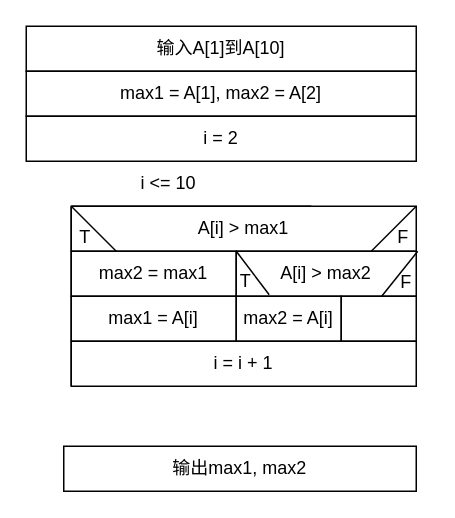
The draw.io diagram Test3_Box.drawio in yxy235/SE, before the edit. Source tidied: cells renumbered, new cells numbered last; positions are measured from the earlier drawing's top-left corner, leaving out a move shared by most shapes. Both pictures are drawn from the tidied source at 150%, with x=0, y=0 at pixel (26, 26).
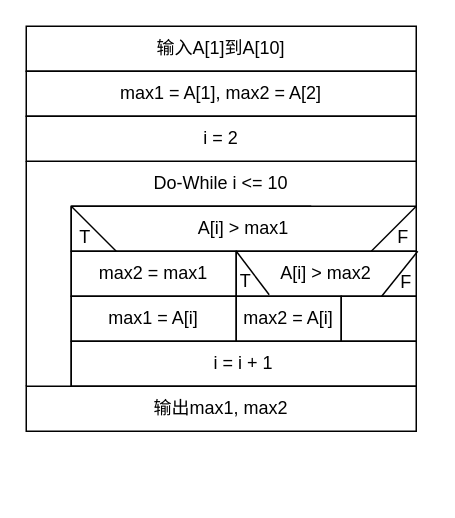
After the change.

The change refers to these unchanged cells:
```xml
<mxCell id="4" value="i = 2" style="rounded=0;whiteSpace=wrap;html=1;" parent="1" vertex="1">
  <mxGeometry y="60" width="260" height="30" as="geometry" />
</mxCell>
```

Diff of the diagram source:
```diff
@@
-    <mxCell id="7" value="i &amp;lt;= 10" style="text;html=1;strokeColor=none;fillColor=none;align=center;verticalAlign=middle;whiteSpace=wrap;rounded=0;" parent="1" vertex="1">
-      <mxGeometry x="65" y="90" width="60" height="30" as="geometry" />
+    <mxCell id="7" value="Do-While i &amp;lt;= 10" style="text;html=1;strokeColor=none;fillColor=none;align=center;verticalAlign=middle;whiteSpace=wrap;rounded=0;" parent="1" vertex="1">
+      <mxGeometry x="80" y="90" width="100" height="30" as="geometry" />
     </mxCell>
@@
     <mxCell id="23" value="输出max1, max2" style="rounded=0;whiteSpace=wrap;html=1;" parent="1" vertex="1">
-      <mxGeometry x="25" y="280" width="235" height="30" as="geometry" />
+      <mxGeometry y="240" width="260" height="30" as="geometry" />
     </mxCell>
+    <mxCell id="24" style="endArrow=none;html=1;rounded=0;entryX=0;entryY=1;entryDx=0;entryDy=0;" parent="1" edge="1" target="4">
+      <mxGeometry relative="1" as="geometry">
+        <mxPoint y="240" as="sourcePoint" />
+      </mxGeometry>
+    </mxCell>
+    <mxCell id="25" style="endArrow=none;html=1;rounded=0;entryX=1;entryY=1;entryDx=0;entryDy=0;" parent="1" edge="1" target="4">
+      <mxGeometry relative="1" as="geometry">
+        <mxPoint x="260" y="120" as="sourcePoint" />
+      </mxGeometry>
+    </mxCell>
```
